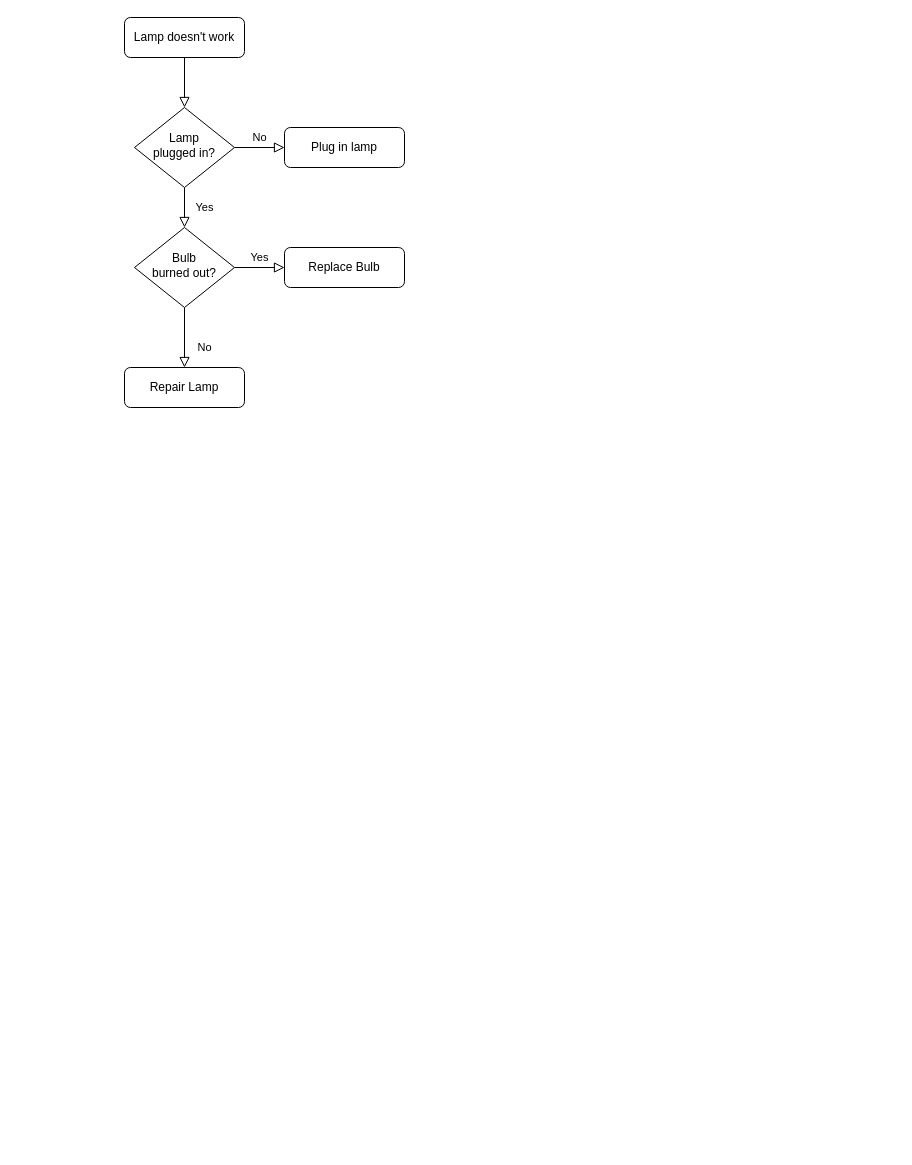
Before: SR302,101物联流程图.drawio in luomingstar/test, a draw.io diagram. Source tidied: cells renumbered, new cells numbered last; positions are measured from the earlier drawing's top-left corner, leaving out a move shared by most shapes. Both pictures are drawn from the tidied source at 100%, with x=0, y=0 at pixel (124, 17).
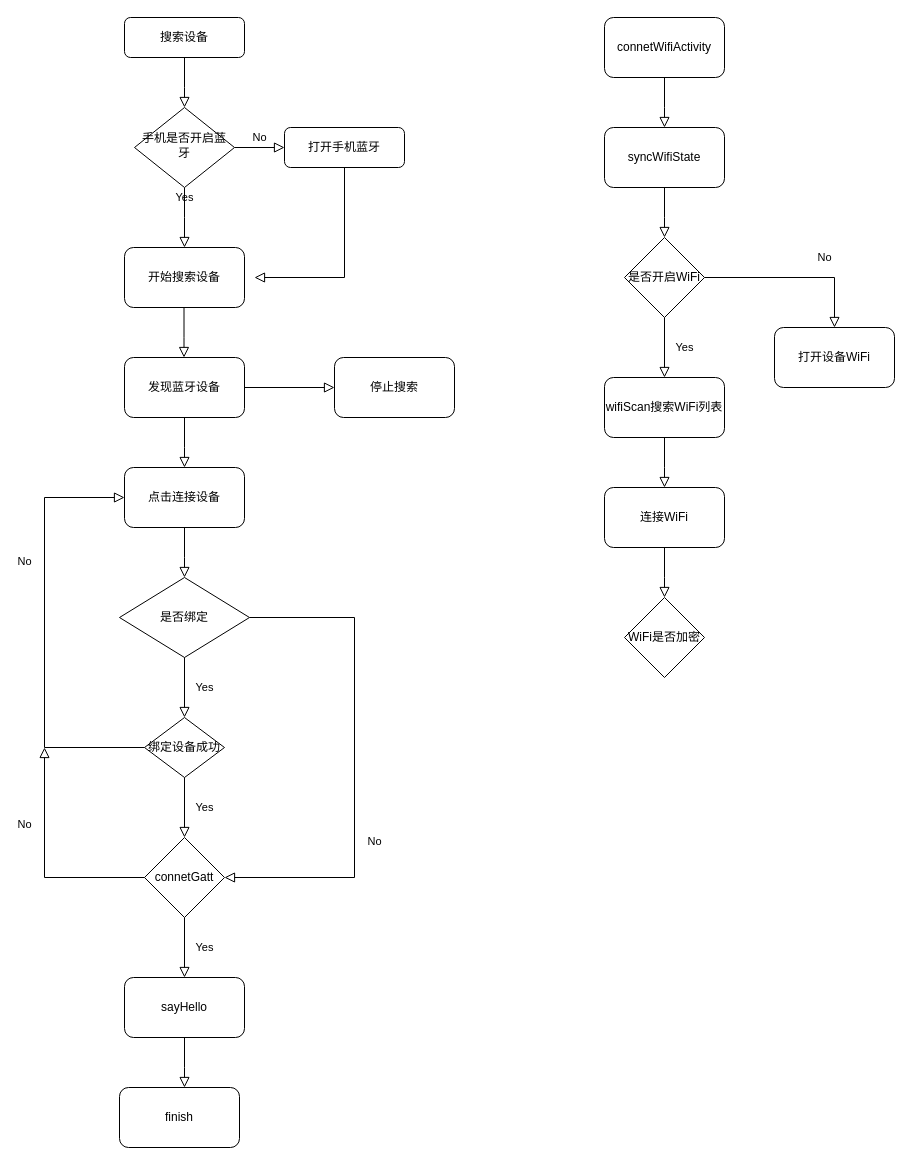
After the change.

Commit message:
更新SR302,101物联流程图.drawio

The edit, as a diff of the source:
```diff
@@
     <mxCell id="2" style="rounded=0;html=1;jettySize=auto;fontSize=11;endArrow=block;endFill=0;endSize=8;strokeWidth=1;shadow=0;labelBackgroundColor=none;edgeStyle=orthogonalEdgeStyle;" parent="1" edge="1" source="3" target="6">
-      <mxGeometry relative="1" as="geometry" />
+      <mxGeometry relative="1" as="geometry">
+        <Array as="points">
+          <mxPoint x="60" y="70" />
+          <mxPoint x="60" y="70" />
+        </Array>
+      </mxGeometry>
     </mxCell>
-    <mxCell id="3" value="Lamp doesn't work" style="rounded=1;whiteSpace=wrap;html=1;fontSize=12;glass=0;strokeWidth=1;shadow=0;" parent="1" vertex="1">
+    <mxCell id="3" value="搜索设备" style="rounded=1;whiteSpace=wrap;html=1;fontSize=12;glass=0;strokeWidth=1;shadow=0;" parent="1" vertex="1">
       <mxGeometry width="120" height="40" as="geometry" />
     </mxCell>
-    <mxCell id="4" value="Yes" style="rounded=0;html=1;jettySize=auto;fontSize=11;endArrow=block;endFill=0;endSize=8;strokeWidth=1;shadow=0;labelBackgroundColor=none;edgeStyle=orthogonalEdgeStyle;" parent="1" edge="1" source="6" target="10">
-      <mxGeometry y="20" relative="1" as="geometry" />
+    <mxCell id="4" value="Yes" style="rounded=0;html=1;jettySize=auto;fontSize=11;endArrow=block;endFill=0;endSize=8;strokeWidth=1;shadow=0;labelBackgroundColor=none;edgeStyle=orthogonalEdgeStyle;" parent="1" edge="1" source="6">
+      <mxGeometry y="20" relative="1" as="geometry">
+        <mxPoint x="60" y="230" as="targetPoint" />
+      </mxGeometry>
     </mxCell>
@@
-    <mxCell id="6" value="Lamp&lt;br&gt;plugged in?" style="rhombus;whiteSpace=wrap;html=1;shadow=0;fontFamily=Helvetica;fontSize=12;align=center;strokeWidth=1;spacing=6;spacingTop=-4;" parent="1" vertex="1">
+    <mxCell id="6" value="手机是否开启蓝牙" style="rhombus;whiteSpace=wrap;html=1;shadow=0;fontFamily=Helvetica;fontSize=12;align=center;strokeWidth=1;spacing=6;spacingTop=-4;" parent="1" vertex="1">
       <mxGeometry x="10" y="90" width="100" height="80" as="geometry" />
     </mxCell>
-    <mxCell id="7" value="Plug in lamp" style="rounded=1;whiteSpace=wrap;html=1;fontSize=12;glass=0;strokeWidth=1;shadow=0;" parent="1" vertex="1">
+    <mxCell id="7" value="打开手机蓝牙" style="rounded=1;whiteSpace=wrap;html=1;fontSize=12;glass=0;strokeWidth=1;shadow=0;" parent="1" vertex="1">
       <mxGeometry x="160" y="110" width="120" height="40" as="geometry" />
     </mxCell>
-    <mxCell id="8" value="No" style="rounded=0;html=1;jettySize=auto;fontSize=11;endArrow=block;endFill=0;endSize=8;strokeWidth=1;shadow=0;labelBackgroundColor=none;edgeStyle=orthogonalEdgeStyle;" parent="1" edge="1" source="10" target="11">
-      <mxGeometry x="0.33" y="20" relative="1" as="geometry" />
-    </mxCell>
-    <mxCell id="9" value="Yes" style="edgeStyle=orthogonalEdgeStyle;rounded=0;html=1;jettySize=auto;fontSize=11;endArrow=block;endFill=0;endSize=8;strokeWidth=1;shadow=0;labelBackgroundColor=none;" parent="1" edge="1" source="10" target="12">
-      <mxGeometry y="10" relative="1" as="geometry" />
-    </mxCell>
-    <mxCell id="10" value="Bulb&lt;br&gt;burned out?" style="rhombus;whiteSpace=wrap;html=1;shadow=0;fontFamily=Helvetica;fontSize=12;align=center;strokeWidth=1;spacing=6;spacingTop=-4;" parent="1" vertex="1">
-      <mxGeometry x="10" y="210" width="100" height="80" as="geometry" />
-    </mxCell>
-    <mxCell id="11" value="Repair Lamp" style="rounded=1;whiteSpace=wrap;html=1;fontSize=12;glass=0;strokeWidth=1;shadow=0;" parent="1" vertex="1">
-      <mxGeometry y="350" width="120" height="40" as="geometry" />
-    </mxCell>
-    <mxCell id="12" value="Replace Bulb" style="rounded=1;whiteSpace=wrap;html=1;fontSize=12;glass=0;strokeWidth=1;shadow=0;" parent="1" vertex="1">
-      <mxGeometry x="160" y="230" width="120" height="40" as="geometry" />
-    </mxCell>
+    <mxCell id="13" value="开始搜索设备" style="rounded=1;whiteSpace=wrap;html=1;" parent="1" vertex="1">
+      <mxGeometry y="230" width="120" height="60" as="geometry" />
+    </mxCell>
+    <mxCell id="14" style="rounded=0;html=1;jettySize=auto;orthogonalLoop=1;fontSize=11;endArrow=block;endFill=0;endSize=8;strokeWidth=1;shadow=0;labelBackgroundColor=none;edgeStyle=orthogonalEdgeStyle;" parent="1" edge="1">
+      <mxGeometry relative="1" as="geometry">
+        <mxPoint x="59.5" y="290" as="sourcePoint" />
+        <mxPoint x="59.5" y="340" as="targetPoint" />
+        <Array as="points">
+          <mxPoint x="59.5" y="320" />
+          <mxPoint x="59.5" y="320" />
+        </Array>
+      </mxGeometry>
+    </mxCell>
+    <mxCell id="15" style="rounded=0;html=1;jettySize=auto;fontSize=11;endArrow=block;endFill=0;endSize=8;strokeWidth=1;shadow=0;labelBackgroundColor=none;edgeStyle=orthogonalEdgeStyle;exitX=0.5;exitY=1;exitDx=0;exitDy=0;" parent="1" edge="1" source="7">
+      <mxGeometry relative="1" as="geometry">
+        <mxPoint x="130" y="260" as="targetPoint" />
+        <Array as="points">
+          <mxPoint x="220" y="260" />
+        </Array>
+      </mxGeometry>
+    </mxCell>
+    <mxCell id="16" value="停止搜索" style="rounded=1;whiteSpace=wrap;html=1;" parent="1" vertex="1">
+      <mxGeometry x="210" y="340" width="120" height="60" as="geometry" />
+    </mxCell>
+    <mxCell id="17" value="发现蓝牙设备" style="rounded=1;whiteSpace=wrap;html=1;" parent="1" vertex="1">
+      <mxGeometry y="340" width="120" height="60" as="geometry" />
+    </mxCell>
+    <mxCell id="18" style="rounded=0;html=1;jettySize=auto;fontSize=11;endArrow=block;endFill=0;endSize=8;strokeWidth=1;shadow=0;labelBackgroundColor=none;edgeStyle=orthogonalEdgeStyle;entryX=0;entryY=0.5;entryDx=0;entryDy=0;exitX=1;exitY=0.5;exitDx=0;exitDy=0;" parent="1" edge="1" source="17" target="16">
+      <mxGeometry relative="1" as="geometry" />
+    </mxCell>
+    <mxCell id="19" style="rounded=0;html=1;jettySize=auto;orthogonalLoop=1;fontSize=11;endArrow=block;endFill=0;endSize=8;strokeWidth=1;shadow=0;labelBackgroundColor=none;edgeStyle=orthogonalEdgeStyle;" parent="1" edge="1">
+      <mxGeometry relative="1" as="geometry">
+        <mxPoint x="60" y="400" as="sourcePoint" />
+        <mxPoint x="60" y="450" as="targetPoint" />
+        <Array as="points">
+          <mxPoint x="60" y="430" />
+          <mxPoint x="60" y="430" />
+        </Array>
+      </mxGeometry>
+    </mxCell>
+    <mxCell id="20" value="点击连接设备" style="rounded=1;whiteSpace=wrap;html=1;" parent="1" vertex="1">
+      <mxGeometry y="450" width="120" height="60" as="geometry" />
+    </mxCell>
+    <mxCell id="21" style="rounded=0;html=1;jettySize=auto;orthogonalLoop=1;fontSize=11;endArrow=block;endFill=0;endSize=8;strokeWidth=1;shadow=0;labelBackgroundColor=none;edgeStyle=orthogonalEdgeStyle;" parent="1" edge="1">
+      <mxGeometry relative="1" as="geometry">
+        <mxPoint x="60" y="510" as="sourcePoint" />
+        <mxPoint x="60" y="560" as="targetPoint" />
+        <Array as="points">
+          <mxPoint x="60" y="540" />
+          <mxPoint x="60" y="540" />
+        </Array>
+      </mxGeometry>
+    </mxCell>
+    <mxCell id="22" value="是否绑定" style="rhombus;whiteSpace=wrap;html=1;" parent="1" vertex="1">
+      <mxGeometry x="-5" y="560" width="130" height="80" as="geometry" />
+    </mxCell>
+    <mxCell id="23" value="Yes" style="rounded=0;html=1;jettySize=auto;orthogonalLoop=1;fontSize=11;endArrow=block;endFill=0;endSize=8;strokeWidth=1;shadow=0;labelBackgroundColor=none;edgeStyle=orthogonalEdgeStyle;" parent="1" edge="1">
+      <mxGeometry y="20" relative="1" as="geometry">
+        <mxPoint x="60" y="640" as="sourcePoint" />
+        <mxPoint x="60" y="700" as="targetPoint" />
+      </mxGeometry>
+    </mxCell>
+    <mxCell id="24" value="绑定设备成功" style="rhombus;whiteSpace=wrap;html=1;" parent="1" vertex="1">
+      <mxGeometry x="20" y="700" width="80" height="60" as="geometry" />
+    </mxCell>
+    <mxCell id="25" value="Yes" style="rounded=0;html=1;jettySize=auto;orthogonalLoop=1;fontSize=11;endArrow=block;endFill=0;endSize=8;strokeWidth=1;shadow=0;labelBackgroundColor=none;edgeStyle=orthogonalEdgeStyle;" parent="1" edge="1">
+      <mxGeometry y="20" relative="1" as="geometry">
+        <mxPoint x="60" y="760" as="sourcePoint" />
+        <mxPoint x="60" y="820" as="targetPoint" />
+      </mxGeometry>
+    </mxCell>
+    <mxCell id="26" value="No" style="rounded=0;html=1;jettySize=auto;fontSize=11;endArrow=block;endFill=0;endSize=8;strokeWidth=1;shadow=0;labelBackgroundColor=none;edgeStyle=orthogonalEdgeStyle;exitX=0;exitY=0.5;exitDx=0;exitDy=0;entryX=0;entryY=0.5;entryDx=0;entryDy=0;" parent="1" edge="1" source="24" target="20">
+      <mxGeometry x="0.33" y="20" relative="1" as="geometry">
+        <Array as="points">
+          <mxPoint x="-80" y="730" />
+          <mxPoint x="-80" y="480" />
+        </Array>
+      </mxGeometry>
+    </mxCell>
+    <mxCell id="27" value="No" style="rounded=0;html=1;jettySize=auto;fontSize=11;endArrow=block;endFill=0;endSize=8;strokeWidth=1;shadow=0;labelBackgroundColor=none;edgeStyle=orthogonalEdgeStyle;exitX=1;exitY=0.5;exitDx=0;exitDy=0;entryX=1;entryY=0.5;entryDx=0;entryDy=0;" parent="1" edge="1" source="22" target="28">
+      <mxGeometry x="0.33" y="20" relative="1" as="geometry">
+        <Array as="points">
+          <mxPoint x="230" y="600" />
+          <mxPoint x="230" y="860" />
+        </Array>
+      </mxGeometry>
+    </mxCell>
+    <mxCell id="28" value="connetGatt" style="rhombus;whiteSpace=wrap;html=1;" parent="1" vertex="1">
+      <mxGeometry x="20" y="820" width="80" height="80" as="geometry" />
+    </mxCell>
+    <mxCell id="29" value="Yes" style="rounded=0;html=1;jettySize=auto;orthogonalLoop=1;fontSize=11;endArrow=block;endFill=0;endSize=8;strokeWidth=1;shadow=0;labelBackgroundColor=none;edgeStyle=orthogonalEdgeStyle;" parent="1" edge="1">
+      <mxGeometry y="20" relative="1" as="geometry">
+        <mxPoint x="60" y="900" as="sourcePoint" />
+        <mxPoint x="60" y="960" as="targetPoint" />
+      </mxGeometry>
+    </mxCell>
+    <mxCell id="30" value="No" style="rounded=0;html=1;jettySize=auto;fontSize=11;endArrow=block;endFill=0;endSize=8;strokeWidth=1;shadow=0;labelBackgroundColor=none;edgeStyle=orthogonalEdgeStyle;exitX=0;exitY=0.5;exitDx=0;exitDy=0;" parent="1" edge="1" source="28">
+      <mxGeometry x="0.33" y="20" relative="1" as="geometry">
+        <mxPoint x="-80" y="730" as="targetPoint" />
+        <Array as="points">
+          <mxPoint x="-80" y="860" />
+        </Array>
+      </mxGeometry>
+    </mxCell>
+    <mxCell id="31" value="sayHello" style="rounded=1;whiteSpace=wrap;html=1;" parent="1" vertex="1">
+      <mxGeometry y="960" width="120" height="60" as="geometry" />
+    </mxCell>
+    <mxCell id="32" style="rounded=0;html=1;jettySize=auto;orthogonalLoop=1;fontSize=11;endArrow=block;endFill=0;endSize=8;strokeWidth=1;shadow=0;labelBackgroundColor=none;edgeStyle=orthogonalEdgeStyle;" parent="1" edge="1">
+      <mxGeometry relative="1" as="geometry">
+        <mxPoint x="60" y="1020" as="sourcePoint" />
+        <mxPoint x="60" y="1070" as="targetPoint" />
+        <Array as="points">
+          <mxPoint x="60" y="1050" />
+          <mxPoint x="60" y="1050" />
+        </Array>
+      </mxGeometry>
+    </mxCell>
+    <mxCell id="33" value="finish" style="rounded=1;whiteSpace=wrap;html=1;" parent="1" vertex="1">
+      <mxGeometry x="-5" y="1070" width="120" height="60" as="geometry" />
+    </mxCell>
+    <mxCell id="34" value="connetWifiActivity" style="rounded=1;whiteSpace=wrap;html=1;" parent="1" vertex="1">
+      <mxGeometry x="480" width="120" height="60" as="geometry" />
+    </mxCell>
+    <mxCell id="35" style="rounded=0;html=1;jettySize=auto;orthogonalLoop=1;fontSize=11;endArrow=block;endFill=0;endSize=8;strokeWidth=1;shadow=0;labelBackgroundColor=none;edgeStyle=orthogonalEdgeStyle;" parent="1" edge="1">
+      <mxGeometry relative="1" as="geometry">
+        <mxPoint x="540" y="60" as="sourcePoint" />
+        <mxPoint x="540" y="110" as="targetPoint" />
+        <Array as="points">
+          <mxPoint x="540" y="90" />
+          <mxPoint x="540" y="90" />
+        </Array>
+      </mxGeometry>
+    </mxCell>
+    <mxCell id="36" value="syncWifiState" style="rounded=1;whiteSpace=wrap;html=1;" parent="1" vertex="1">
+      <mxGeometry x="480" y="110" width="120" height="60" as="geometry" />
+    </mxCell>
+    <mxCell id="37" style="rounded=0;html=1;jettySize=auto;orthogonalLoop=1;fontSize=11;endArrow=block;endFill=0;endSize=8;strokeWidth=1;shadow=0;labelBackgroundColor=none;edgeStyle=orthogonalEdgeStyle;" parent="1" edge="1">
+      <mxGeometry relative="1" as="geometry">
+        <mxPoint x="540" y="170" as="sourcePoint" />
+        <mxPoint x="540" y="220" as="targetPoint" />
+        <Array as="points">
+          <mxPoint x="540" y="200" />
+          <mxPoint x="540" y="200" />
+        </Array>
+      </mxGeometry>
+    </mxCell>
+    <mxCell id="38" value="是否开启WiFi" style="rhombus;whiteSpace=wrap;html=1;" parent="1" vertex="1">
+      <mxGeometry x="500" y="220" width="80" height="80" as="geometry" />
+    </mxCell>
+    <mxCell id="39" value="Yes" style="rounded=0;html=1;jettySize=auto;orthogonalLoop=1;fontSize=11;endArrow=block;endFill=0;endSize=8;strokeWidth=1;shadow=0;labelBackgroundColor=none;edgeStyle=orthogonalEdgeStyle;" parent="1" edge="1">
+      <mxGeometry y="20" relative="1" as="geometry">
+        <mxPoint x="540" y="300" as="sourcePoint" />
+        <mxPoint x="540" y="360" as="targetPoint" />
+      </mxGeometry>
+    </mxCell>
+    <mxCell id="40" value="No" style="rounded=0;html=1;jettySize=auto;fontSize=11;endArrow=block;endFill=0;endSize=8;strokeWidth=1;shadow=0;labelBackgroundColor=none;edgeStyle=orthogonalEdgeStyle;exitX=1;exitY=0.5;exitDx=0;exitDy=0;entryX=0.5;entryY=0;entryDx=0;entryDy=0;" parent="1" edge="1" source="38" target="41">
+      <mxGeometry x="0.33" y="20" relative="1" as="geometry" />
+    </mxCell>
+    <mxCell id="41" value="打开设备WiFi" style="rounded=1;whiteSpace=wrap;html=1;" parent="1" vertex="1">
+      <mxGeometry x="650" y="310" width="120" height="60" as="geometry" />
+    </mxCell>
+    <mxCell id="42" value="wifiScan搜索WiFi列表" style="rounded=1;whiteSpace=wrap;html=1;" parent="1" vertex="1">
+      <mxGeometry x="480" y="360" width="120" height="60" as="geometry" />
+    </mxCell>
+    <mxCell id="43" style="rounded=0;html=1;jettySize=auto;orthogonalLoop=1;fontSize=11;endArrow=block;endFill=0;endSize=8;strokeWidth=1;shadow=0;labelBackgroundColor=none;edgeStyle=orthogonalEdgeStyle;" parent="1" edge="1">
+      <mxGeometry relative="1" as="geometry">
+        <mxPoint x="540" y="420" as="sourcePoint" />
+        <mxPoint x="540" y="470" as="targetPoint" />
+        <Array as="points">
+          <mxPoint x="540" y="450" />
+          <mxPoint x="540" y="450" />
+        </Array>
+      </mxGeometry>
+    </mxCell>
+    <mxCell id="44" value="连接WiFi" style="rounded=1;whiteSpace=wrap;html=1;" parent="1" vertex="1">
+      <mxGeometry x="480" y="470" width="120" height="60" as="geometry" />
+    </mxCell>
+    <mxCell id="45" style="rounded=0;html=1;jettySize=auto;orthogonalLoop=1;fontSize=11;endArrow=block;endFill=0;endSize=8;strokeWidth=1;shadow=0;labelBackgroundColor=none;edgeStyle=orthogonalEdgeStyle;" parent="1" edge="1">
+      <mxGeometry relative="1" as="geometry">
+        <mxPoint x="540" y="530" as="sourcePoint" />
+        <mxPoint x="540" y="580" as="targetPoint" />
+        <Array as="points">
+          <mxPoint x="540" y="560" />
+          <mxPoint x="540" y="560" />
+        </Array>
+      </mxGeometry>
+    </mxCell>
+    <mxCell id="46" value="WiFi是否加密" style="rhombus;whiteSpace=wrap;html=1;" parent="1" vertex="1">
+      <mxGeometry x="500" y="580" width="80" height="80" as="geometry" />
+    </mxCell>
```
